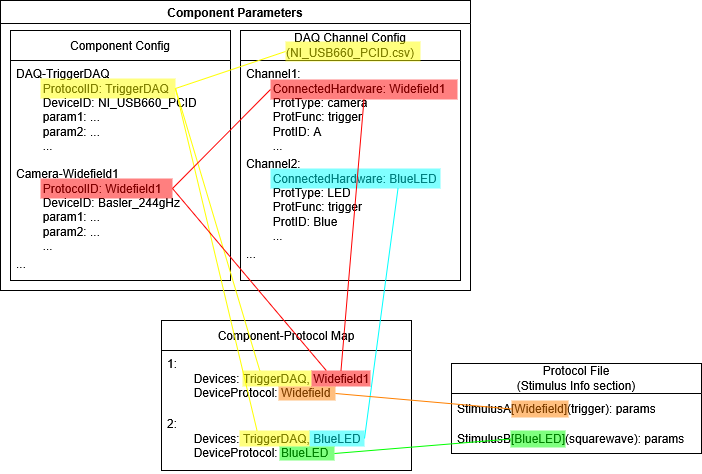
Earlier version of the draw.io export .wiki_resources/diagrams/config_struct.png (DavidLucha/StimControl). Source tidied: cells renumbered, new cells last; positions are measured from the earlier drawing's top-left corner, leaving out a move shared by most shapes.
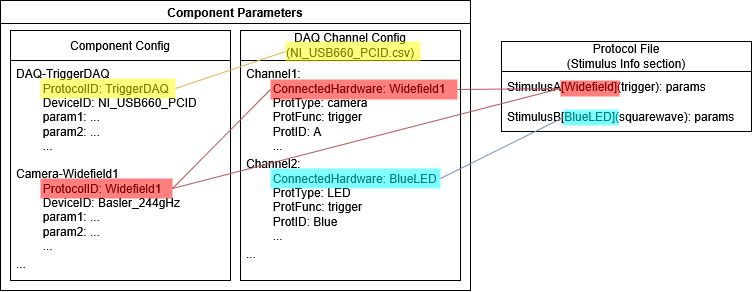
After the commit.

Commit message:
update config_struct documentation images to remove component map. Unnecessary when channel names are the same as protocol IDs

What changed in the source:
```diff
@@ -2,15 +2,6 @@
   <root>
     <mxCell id="0" />
     <mxCell id="1" parent="0" />
-    <mxCell id="2" value="Component-Protocol Map" style="swimlane;fontStyle=0;horizontal=1;startSize=30;whiteSpace=wrap;html=1;" parent="1" vertex="1">
-      <mxGeometry x="161" y="320" width="250" height="150" as="geometry" />
-    </mxCell>
-    <mxCell id="3" value="&lt;div&gt;1:&amp;nbsp;&lt;br&gt;&lt;span style=&quot;white-space: pre;&quot;&gt;&#9;&lt;/span&gt;Devices: TriggerDAQ, Widefield1&lt;/div&gt;&lt;div&gt;&lt;span style=&quot;white-space: pre;&quot;&gt;&#9;&lt;/span&gt;&lt;span style=&quot;white-space: pre;&quot;&gt;&lt;/span&gt;DeviceProtocol: Widefield&lt;/div&gt;" style="text;strokeColor=none;fillColor=none;align=left;verticalAlign=top;spacingLeft=4;spacingRight=4;overflow=hidden;whiteSpace=wrap;html=1;" parent="2" vertex="1">
-      <mxGeometry y="30" width="250" height="60" as="geometry" />
-    </mxCell>
-    <mxCell id="4" value="&lt;div&gt;2:&amp;nbsp;&lt;br&gt;&lt;span style=&quot;white-space: pre;&quot;&gt;&#9;&lt;/span&gt;Devices: TriggerDAQ, BlueLED&lt;/div&gt;&lt;div&gt;&lt;span style=&quot;white-space: pre;&quot;&gt;&#9;&lt;/span&gt;DeviceProtocol: BlueLED&lt;/div&gt;" style="text;strokeColor=none;fillColor=none;align=left;verticalAlign=top;spacingLeft=4;spacingRight=4;overflow=hidden;whiteSpace=wrap;html=1;" parent="2" vertex="1">
-      <mxGeometry y="90" width="250" height="60" as="geometry" />
-    </mxCell>
     <mxCell id="5" value="Component Parameters" style="swimlane;whiteSpace=wrap;html=1;" parent="1" vertex="1">
       <mxGeometry width="470" height="290" as="geometry" />
     </mxCell>
@@ -39,7 +30,7 @@
       <mxGeometry y="220" width="220" height="30" as="geometry" />
     </mxCell>
     <mxCell id="14" value="&lt;div&gt;Protocol File&lt;/div&gt;&lt;div&gt;(Stimulus Info section)&lt;/div&gt;" style="swimlane;fontStyle=0;horizontal=1;startSize=30;whiteSpace=wrap;html=1;" parent="1" vertex="1">
-      <mxGeometry x="451" y="363" width="250" height="90" as="geometry" />
+      <mxGeometry x="501" y="41" width="250" height="90" as="geometry" />
     </mxCell>
     <mxCell id="15" value="StimulusA[Widefield](trigger): params" style="text;strokeColor=none;fillColor=none;align=left;verticalAlign=middle;spacingLeft=4;spacingRight=4;overflow=hidden;whiteSpace=wrap;html=1;" parent="14" vertex="1">
       <mxGeometry y="30" width="250" height="30" as="geometry" />
@@ -47,74 +38,44 @@
     <mxCell id="16" value="StimulusB[BlueLED](squarewave): params" style="text;strokeColor=none;fillColor=none;align=left;verticalAlign=middle;spacingLeft=4;spacingRight=4;overflow=hidden;whiteSpace=wrap;html=1;" parent="14" vertex="1">
       <mxGeometry y="60" width="250" height="30" as="geometry" />
     </mxCell>
-    <mxCell id="17" style="rounded=0;jettySize=auto;html=1;exitX=1;exitY=0.5;exitDx=0;exitDy=0;entryX=0;entryY=0.5;entryDx=0;entryDy=0;endArrow=none;endFill=0;strokeColor=light-dark(#ffff00, #ededed);" parent="1" edge="1" source="20" target="22">
+    <mxCell id="17" style="rounded=0;jettySize=auto;html=1;exitX=1;exitY=0.5;exitDx=0;exitDy=0;entryX=0;entryY=0.5;entryDx=0;entryDy=0;endArrow=none;endFill=0;fillColor=#fff2cc;strokeColor=#d6b656;" parent="1" edge="1" source="20" target="22">
       <mxGeometry relative="1" as="geometry" />
     </mxCell>
-    <mxCell id="18" style="rounded=0;jettySize=auto;html=1;exitX=1;exitY=0.5;exitDx=0;exitDy=0;endArrow=none;endFill=0;strokeColor=light-dark(#ffff00, #ededed);entryX=0.25;entryY=0;entryDx=0;entryDy=0;" parent="1" edge="1" source="20" target="21">
-      <mxGeometry relative="1" as="geometry" />
-    </mxCell>
-    <mxCell id="19" style="rounded=0;jettySize=auto;html=1;exitX=1;exitY=0.5;exitDx=0;exitDy=0;entryX=0.25;entryY=0;entryDx=0;entryDy=0;endArrow=none;endFill=0;strokeColor=light-dark(#ffff00, #ededed);" parent="1" edge="1" source="20" target="34">
-      <mxGeometry relative="1" as="geometry" />
-    </mxCell>
     <mxCell id="20" style="rounded=0;whiteSpace=wrap;html=1;fillColor=light-dark(#ffff00, #543300);strokeColor=none;strokeWidth=3;opacity=50;" parent="1" vertex="1">
       <mxGeometry x="40" y="78" width="135" height="20" as="geometry" />
     </mxCell>
-    <mxCell id="21" style="rounded=0;whiteSpace=wrap;html=1;fillColor=light-dark(#ffff00, #543300);strokeColor=none;strokeWidth=1;opacity=50;" parent="1" vertex="1">
-      <mxGeometry x="242" y="370" width="69" height="16" as="geometry" />
-    </mxCell>
     <mxCell id="22" style="rounded=0;whiteSpace=wrap;html=1;fillColor=light-dark(#ffff00, #543300);strokeColor=none;strokeWidth=1;opacity=50;" parent="1" vertex="1">
       <mxGeometry x="285" y="41" width="135" height="20" as="geometry" />
     </mxCell>
+    <mxCell id="40" style="rounded=0;jettySize=auto;html=1;exitX=1;exitY=0.5;exitDx=0;exitDy=0;entryX=0;entryY=0.5;entryDx=0;entryDy=0;endArrow=none;endFill=0;fillColor=#f8cecc;strokeColor=#b85450;" parent="1" edge="1" source="23" target="45">
+      <mxGeometry relative="1" as="geometry" />
+    </mxCell>
+    <mxCell id="41" style="rounded=0;jettySize=auto;html=1;exitX=1;exitY=0.5;exitDx=0;exitDy=0;entryX=0;entryY=0.5;entryDx=0;entryDy=0;endArrow=none;endFill=0;fillColor=#f8cecc;strokeColor=#b85450;" parent="1" edge="1" source="23" target="25">
+      <mxGeometry relative="1" as="geometry" />
+    </mxCell>
     <mxCell id="23" style="rounded=0;whiteSpace=wrap;html=1;fillColor=light-dark(#ff0000, #3a756b);strokeColor=none;strokeWidth=3;opacity=50;" parent="1" vertex="1">
       <mxGeometry x="40" y="178" width="132" height="20" as="geometry" />
     </mxCell>
-    <mxCell id="24" style="rounded=0;jettySize=auto;html=1;exitX=0;exitY=0.5;exitDx=0;exitDy=0;entryX=1;entryY=0.5;entryDx=0;entryDy=0;endArrow=none;endFill=0;strokeColor=light-dark(#ff0000, #ededed);" parent="1" edge="1" source="25" target="23">
-      <mxGeometry relative="1" as="geometry" />
-    </mxCell>
+    <mxCell id="42" style="rounded=0;jettySize=auto;html=1;exitX=1;exitY=0.5;exitDx=0;exitDy=0;entryX=0;entryY=0.5;entryDx=0;entryDy=0;endArrow=none;endFill=0;fillColor=#f8cecc;strokeColor=#b85450;" parent="1" edge="1" source="25" target="45">
+      <mxGeometry relative="1" as="geometry" />
+    </mxCell>
     <mxCell id="25" style="rounded=0;whiteSpace=wrap;html=1;fillColor=light-dark(#ff0000, #3a756b);strokeColor=none;strokeWidth=3;opacity=50;" parent="1" vertex="1">
       <mxGeometry x="270" y="79" width="187" height="20" as="geometry" />
     </mxCell>
-    <mxCell id="26" style="rounded=0;jettySize=auto;html=1;exitX=0.75;exitY=1;exitDx=0;exitDy=0;entryX=1;entryY=0.5;entryDx=0;entryDy=0;endArrow=none;endFill=0;strokeColor=light-dark(#00ffff, #ededed);" parent="1" edge="1" source="27" target="33">
-      <mxGeometry relative="1" as="geometry" />
-    </mxCell>
+    <mxCell id="43" style="rounded=0;jettySize=auto;html=1;exitX=1;exitY=0.5;exitDx=0;exitDy=0;entryX=0;entryY=0.5;entryDx=0;entryDy=0;endArrow=none;endFill=0;fillColor=#dae8fc;strokeColor=#6c8ebf;" parent="1" edge="1" source="27" target="44">
+      <mxGeometry relative="1" as="geometry" />
+    </mxCell>
     <mxCell id="27" style="rounded=0;whiteSpace=wrap;html=1;fillColor=light-dark(#00ffff, #543300);strokeColor=none;strokeWidth=1;opacity=50;" parent="1" vertex="1">
       <mxGeometry x="270" y="168" width="170" height="20" as="geometry" />
     </mxCell>
-    <mxCell id="28" style="rounded=0;jettySize=auto;html=1;exitX=1;exitY=0.5;exitDx=0;exitDy=0;entryX=0;entryY=0.5;entryDx=0;entryDy=0;endArrow=none;endFill=0;strokeColor=light-dark(#ff8000, #ededed);" parent="1" edge="1" source="29" target="35">
-      <mxGeometry relative="1" as="geometry" />
-    </mxCell>
-    <mxCell id="29" style="rounded=0;whiteSpace=wrap;html=1;fillColor=light-dark(#ff8000, #543300);strokeColor=none;strokeWidth=1;opacity=50;" parent="1" vertex="1">
-      <mxGeometry x="278" y="386" width="57" height="14" as="geometry" />
-    </mxCell>
-    <mxCell id="30" style="rounded=0;jettySize=auto;html=1;exitX=0.25;exitY=0;exitDx=0;exitDy=0;entryX=1;entryY=0.5;entryDx=0;entryDy=0;endArrow=none;endFill=0;strokeColor=light-dark(#ff0000, #ededed);" parent="1" edge="1" source="32" target="23">
-      <mxGeometry relative="1" as="geometry" />
-    </mxCell>
-    <mxCell id="31" style="rounded=0;jettySize=auto;html=1;exitX=0.5;exitY=0;exitDx=0;exitDy=0;entryX=0.5;entryY=1;entryDx=0;entryDy=0;endArrow=none;endFill=0;strokeColor=light-dark(#ff0000, #ededed);" parent="1" edge="1" source="32" target="25">
-      <mxGeometry relative="1" as="geometry" />
-    </mxCell>
-    <mxCell id="32" style="rounded=0;whiteSpace=wrap;html=1;fillColor=light-dark(#ff0000, #543300);strokeColor=none;strokeWidth=1;opacity=50;" parent="1" vertex="1">
-      <mxGeometry x="311" y="370" width="59" height="16" as="geometry" />
-    </mxCell>
-    <mxCell id="33" style="rounded=0;whiteSpace=wrap;html=1;fillColor=light-dark(#00ffff, #543300);strokeColor=none;strokeWidth=1;opacity=50;" parent="1" vertex="1">
-      <mxGeometry x="309" y="430" width="55" height="16" as="geometry" />
-    </mxCell>
-    <mxCell id="34" style="rounded=0;whiteSpace=wrap;html=1;fillColor=light-dark(#ffff00, #543300);strokeColor=none;strokeWidth=3;opacity=50;" parent="1" vertex="1">
-      <mxGeometry x="239" y="430" width="70" height="16" as="geometry" />
-    </mxCell>
-    <mxCell id="35" style="rounded=0;whiteSpace=wrap;html=1;fillColor=light-dark(#ff8000, #543300);strokeColor=none;strokeWidth=1;opacity=50;" parent="1" vertex="1">
-      <mxGeometry x="511" y="400" width="57" height="17" as="geometry" />
-    </mxCell>
-    <mxCell id="36" style="rounded=0;jettySize=auto;html=1;exitX=1;exitY=0.5;exitDx=0;exitDy=0;entryX=0;entryY=0.5;entryDx=0;entryDy=0;endArrow=none;endFill=0;strokeColor=light-dark(#00ff00, #ededed);" parent="1" edge="1" source="37" target="38">
-      <mxGeometry relative="1" as="geometry" />
-    </mxCell>
-    <mxCell id="37" style="rounded=0;whiteSpace=wrap;html=1;fillColor=light-dark(#00ff00, #543300);strokeColor=none;strokeWidth=1;opacity=50;" parent="1" vertex="1">
-      <mxGeometry x="279" y="446" width="55" height="14" as="geometry" />
-    </mxCell>
-    <mxCell id="38" style="rounded=0;whiteSpace=wrap;html=1;fillColor=light-dark(#00ff00, #543300);strokeColor=none;strokeWidth=1;opacity=50;" parent="1" vertex="1">
-      <mxGeometry x="510" y="430" width="55" height="17" as="geometry" />
-    </mxCell>
     <mxCell id="39" style="edgeStyle=orthogonalEdgeStyle;rounded=0;orthogonalLoop=1;jettySize=auto;html=1;exitX=0.5;exitY=1;exitDx=0;exitDy=0;" parent="1" edge="1" source="27" target="27">
       <mxGeometry relative="1" as="geometry" />
     </mxCell>
+    <mxCell id="44" style="rounded=0;whiteSpace=wrap;html=1;fillColor=light-dark(#00ffff, #543300);strokeColor=none;strokeWidth=1;opacity=50;" parent="1" vertex="1">
+      <mxGeometry x="563" y="109" width="55" height="16" as="geometry" />
+    </mxCell>
+    <mxCell id="45" style="rounded=0;whiteSpace=wrap;html=1;fillColor=light-dark(#ff0000, #543300);strokeColor=none;strokeWidth=1;opacity=50;" parent="1" vertex="1">
+      <mxGeometry x="560" y="80" width="59" height="16" as="geometry" />
+    </mxCell>
   </root>
 </mxGraphModel>
```
